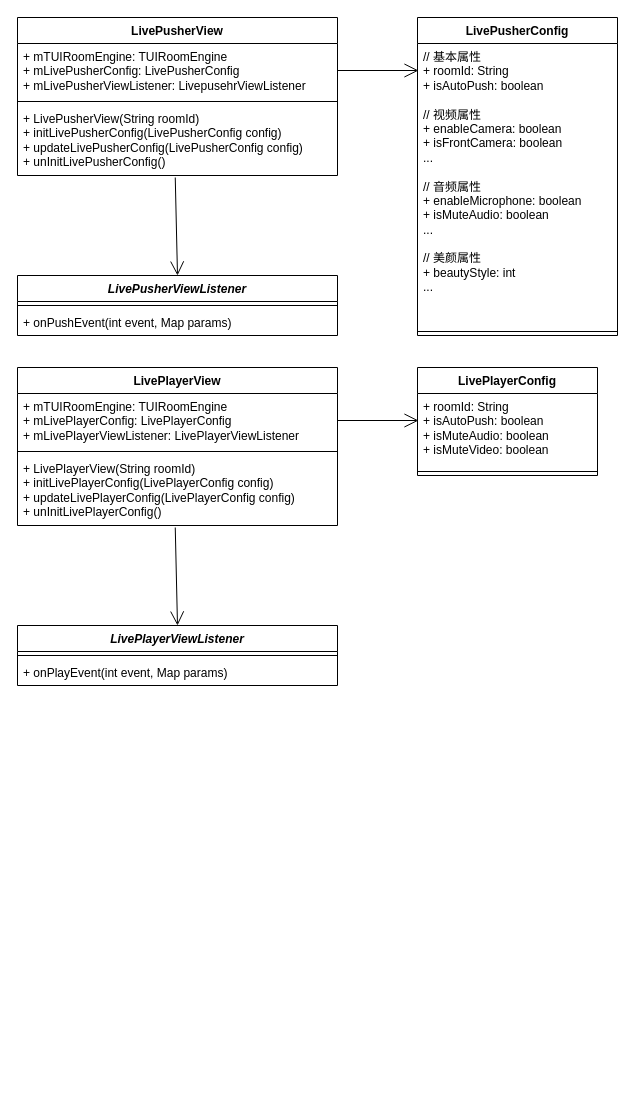
paopaosecret/resources keeps this draw.io diagram as diagrams/TUILiveKit核心 UI设计.drawio. Above is the earlier version. Source tidied: cells renumbered, new cells numbered last; positions are measured from the earlier drawing's top-left corner, leaving out a move shared by most shapes. Both pictures are drawn from the tidied source at 100%, with x=0, y=0 at pixel (17, 17).
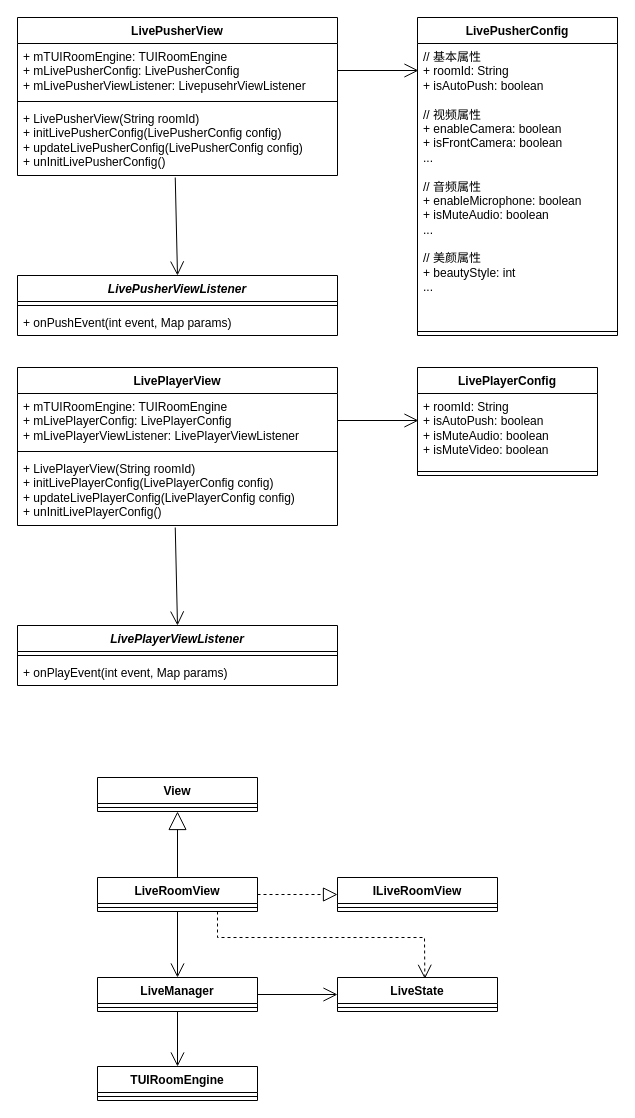
After the change.

Commit message:
更新TUILiveKit核心 UI设计.drawio

What changed in the source:
```diff
@@
+    <mxCell id="26" value="LiveRoomView" style="swimlane;fontStyle=1;align=center;verticalAlign=top;horizontal=1;startSize=26;whiteSpace=wrap;html=1;" parent="1" vertex="1">
+      <mxGeometry x="80" y="860" width="160" height="34" as="geometry" />
+    </mxCell>
+    <mxCell id="27" style="line;strokeWidth=1;fillColor=none;align=left;verticalAlign=middle;spacingTop=-1;spacingLeft=3;spacingRight=3;labelPosition=right;strokeColor=inherit;" parent="26" vertex="1">
+      <mxGeometry y="26" width="160" height="8" as="geometry" />
+    </mxCell>
+    <mxCell id="28" style="endArrow=block;dashed=1;endFill=0;endSize=12;html=1;rounded=0;exitX=1;exitY=0.5;exitDx=0;exitDy=0;entryX=0;entryY=0.5;entryDx=0;entryDy=0;" parent="1" edge="1" source="26" target="29">
+      <mxGeometry relative="1" as="geometry" />
+    </mxCell>
+    <mxCell id="29" value="ILiveRoomView" style="swimlane;fontStyle=1;align=center;verticalAlign=top;horizontal=1;startSize=26;whiteSpace=wrap;html=1;" parent="1" vertex="1">
+      <mxGeometry x="320" y="860" width="160" height="34" as="geometry" />
+    </mxCell>
+    <mxCell id="30" style="line;strokeWidth=1;fillColor=none;align=left;verticalAlign=middle;spacingTop=-1;spacingLeft=3;spacingRight=3;labelPosition=right;strokeColor=inherit;" parent="29" vertex="1">
+      <mxGeometry y="26" width="160" height="8" as="geometry" />
+    </mxCell>
+    <mxCell id="31" value="View" style="swimlane;fontStyle=1;align=center;verticalAlign=top;horizontal=1;startSize=26;whiteSpace=wrap;html=1;" parent="1" vertex="1">
+      <mxGeometry x="80" y="760" width="160" height="34" as="geometry" />
+    </mxCell>
+    <mxCell id="32" style="line;strokeWidth=1;fillColor=none;align=left;verticalAlign=middle;spacingTop=-1;spacingLeft=3;spacingRight=3;labelPosition=right;strokeColor=inherit;" parent="31" vertex="1">
+      <mxGeometry y="26" width="160" height="8" as="geometry" />
+    </mxCell>
+    <mxCell id="33" style="endArrow=block;endSize=16;endFill=0;html=1;rounded=0;exitX=0.5;exitY=0;exitDx=0;exitDy=0;entryX=0.5;entryY=1;entryDx=0;entryDy=0;" parent="1" edge="1" source="26" target="31">
+      <mxGeometry relative="1" as="geometry" />
+    </mxCell>
+    <mxCell id="34" value="LiveManager" style="swimlane;fontStyle=1;align=center;verticalAlign=top;horizontal=1;startSize=26;whiteSpace=wrap;html=1;" parent="1" vertex="1">
+      <mxGeometry x="80" y="960" width="160" height="34" as="geometry" />
+    </mxCell>
+    <mxCell id="35" style="line;strokeWidth=1;fillColor=none;align=left;verticalAlign=middle;spacingTop=-1;spacingLeft=3;spacingRight=3;labelPosition=right;strokeColor=inherit;" parent="34" vertex="1">
+      <mxGeometry y="26" width="160" height="8" as="geometry" />
+    </mxCell>
+    <mxCell id="36" style="endArrow=open;endFill=1;endSize=12;html=1;rounded=0;exitX=0.5;exitY=1;exitDx=0;exitDy=0;" parent="1" edge="1" source="26" target="34">
+      <mxGeometry relative="1" as="geometry" />
+    </mxCell>
+    <mxCell id="37" value="LiveState" style="swimlane;fontStyle=1;align=center;verticalAlign=top;horizontal=1;startSize=26;whiteSpace=wrap;html=1;" parent="1" vertex="1">
+      <mxGeometry x="320" y="960" width="160" height="34" as="geometry" />
+    </mxCell>
+    <mxCell id="38" style="line;strokeWidth=1;fillColor=none;align=left;verticalAlign=middle;spacingTop=-1;spacingLeft=3;spacingRight=3;labelPosition=right;strokeColor=inherit;" parent="37" vertex="1">
+      <mxGeometry y="26" width="160" height="8" as="geometry" />
+    </mxCell>
+    <mxCell id="39" style="endArrow=open;endFill=1;endSize=12;html=1;rounded=0;exitX=1;exitY=0.5;exitDx=0;exitDy=0;entryX=0;entryY=0.5;entryDx=0;entryDy=0;" parent="1" edge="1" source="34" target="37">
+      <mxGeometry relative="1" as="geometry" />
+    </mxCell>
+    <mxCell id="40" style="endArrow=open;endSize=12;dashed=1;html=1;rounded=0;exitX=0.75;exitY=1;exitDx=0;exitDy=0;entryX=0.546;entryY=0.039;entryDx=0;entryDy=0;entryPerimeter=0;" parent="1" edge="1" source="26" target="37">
+      <mxGeometry relative="1" as="geometry">
+        <Array as="points">
+          <mxPoint x="200" y="920" />
+          <mxPoint x="407" y="920" />
+        </Array>
+      </mxGeometry>
+    </mxCell>
+    <mxCell id="41" value="TUIRoomEngine" style="swimlane;fontStyle=1;align=center;verticalAlign=top;horizontal=1;startSize=26;whiteSpace=wrap;html=1;" parent="1" vertex="1">
+      <mxGeometry x="80" y="1049" width="160" height="34" as="geometry" />
+    </mxCell>
+    <mxCell id="42" style="line;strokeWidth=1;fillColor=none;align=left;verticalAlign=middle;spacingTop=-1;spacingLeft=3;spacingRight=3;labelPosition=right;strokeColor=inherit;" parent="41" vertex="1">
+      <mxGeometry y="26" width="160" height="8" as="geometry" />
+    </mxCell>
+    <mxCell id="43" style="endArrow=open;endFill=1;endSize=12;html=1;rounded=0;exitX=0.5;exitY=1;exitDx=0;exitDy=0;entryX=0.5;entryY=0;entryDx=0;entryDy=0;" parent="1" edge="1" source="34" target="41">
+      <mxGeometry relative="1" as="geometry" />
+    </mxCell>
```
